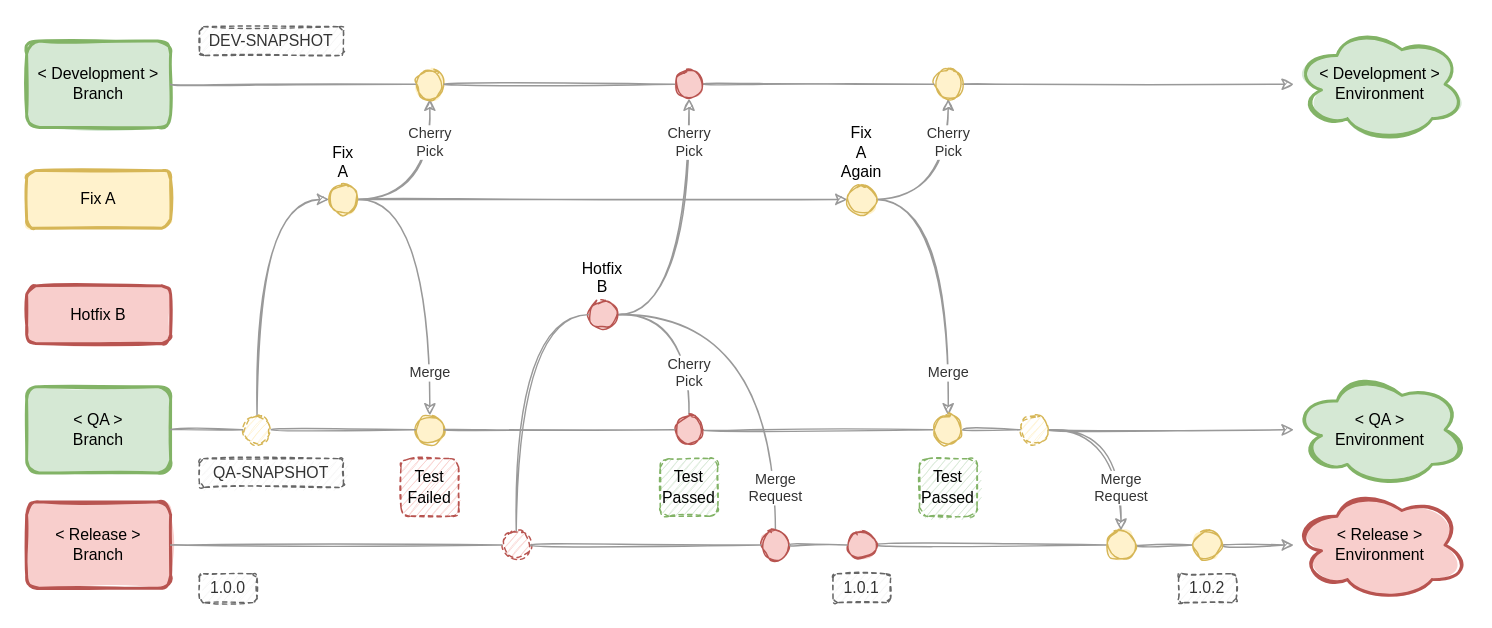
Before: page "05-hotfix-example" (5 of 5) of gitlab-flow.drawio in andylke/docs-gitlab-flow, a draw.io diagram. Source tidied: cells renumbered, new cells numbered last; positions are measured from the earlier drawing's top-left corner, leaving out a move shared by most shapes. Both pictures are drawn from the tidied source at 144%, with x=0, y=0 at pixel (26, 26).
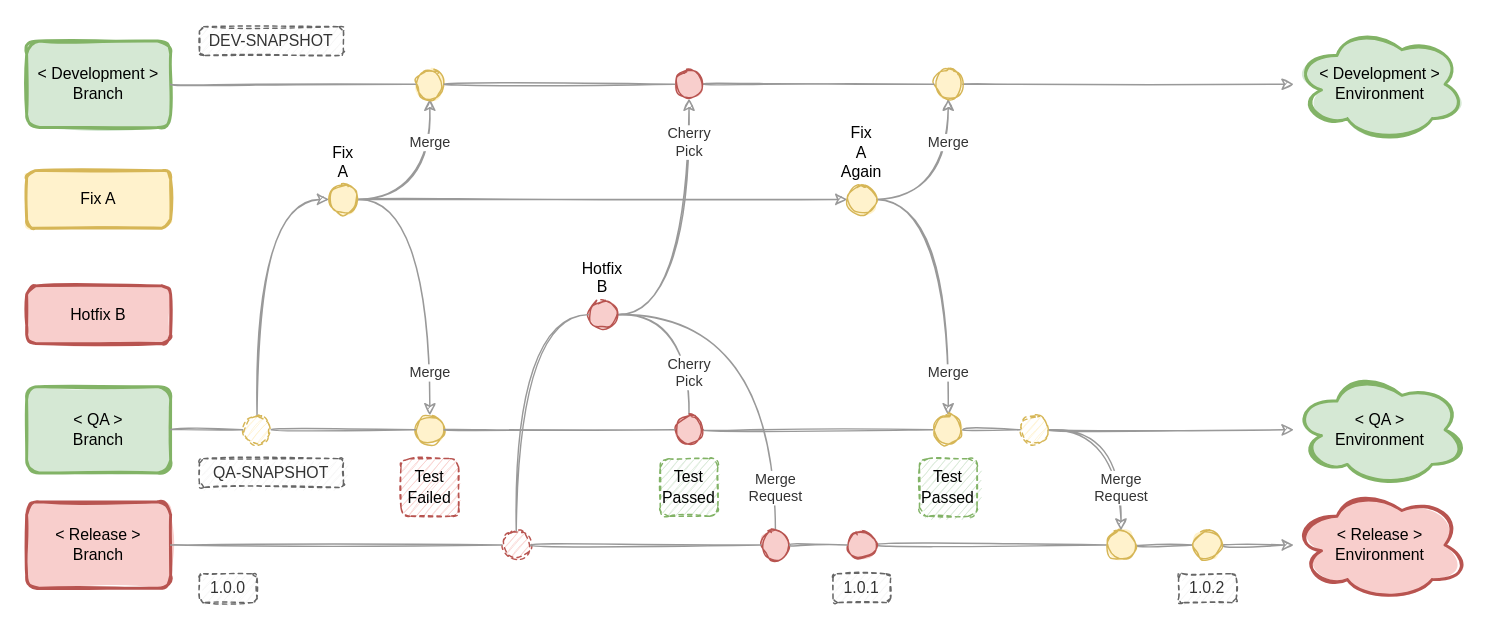
After the change.

Unchanged cells that the change refers to:
```xml
<mxCell id="17" value="Fix A" style="ellipse;whiteSpace=wrap;html=1;labelPosition=center;verticalLabelPosition=top;align=center;verticalAlign=bottom;sketch=1;fillColor=#fff2cc;strokeColor=#d6b656;fillStyle=solid;fontSize=11;" parent="1" vertex="1">
  <mxGeometry x="210" y="110" width="20" height="20" as="geometry" />
</mxCell>
<mxCell id="34" value="Fix &lt;br style=&quot;font-size: 11px;&quot;&gt;A Again" style="ellipse;whiteSpace=wrap;html=1;labelPosition=center;verticalLabelPosition=top;align=center;verticalAlign=bottom;sketch=1;fillColor=#fff2cc;strokeColor=#d6b656;fillStyle=solid;fontSize=11;" parent="1" vertex="1">
  <mxGeometry x="570" y="110" width="20" height="20" as="geometry" />
</mxCell>
<mxCell id="39" style="ellipse;whiteSpace=wrap;html=1;sketch=1;fillColor=#fff2cc;strokeColor=#d6b656;fillStyle=solid;fontSize=11;" parent="1" vertex="1">
  <mxGeometry x="270" y="30" width="20" height="20" as="geometry" />
</mxCell>
<mxCell id="41" style="ellipse;whiteSpace=wrap;html=1;labelPosition=center;verticalLabelPosition=top;align=center;verticalAlign=bottom;sketch=1;fillColor=#fff2cc;strokeColor=#d6b656;fillStyle=solid;fontSize=11;" parent="1" vertex="1">
  <mxGeometry x="630" y="30" width="20" height="20" as="geometry" />
</mxCell>
```

The edit, as a diff of the source:
```diff
@@
-    <mxCell id="16" value="Cherry&lt;br&gt;Pick" style="edgeStyle=orthogonalEdgeStyle;curved=1;sketch=1;jettySize=auto;html=1;exitX=1;exitY=0.5;exitDx=0;exitDy=0;entryX=0.5;entryY=1;entryDx=0;entryDy=0;endArrow=classic;endFill=1;strokeColor=#999999;fontSize=10;fontColor=#333333;" parent="1" edge="1" source="17" target="39">
+    <mxCell id="16" value="Merge" style="edgeStyle=orthogonalEdgeStyle;curved=1;sketch=1;jettySize=auto;html=1;exitX=1;exitY=0.5;exitDx=0;exitDy=0;entryX=0.5;entryY=1;entryDx=0;entryDy=0;endArrow=classic;endFill=1;strokeColor=#999999;fontSize=10;fontColor=#333333;" parent="1" edge="1" source="17" target="39">
       <mxGeometry x="0.5" relative="1" as="geometry" />
     </mxCell>
@@
-    <mxCell id="33" value="Cherry&lt;br&gt;Pick" style="edgeStyle=orthogonalEdgeStyle;curved=1;sketch=1;jettySize=auto;html=1;exitX=1;exitY=0.5;exitDx=0;exitDy=0;entryX=0.5;entryY=1;entryDx=0;entryDy=0;endArrow=classic;endFill=1;strokeColor=#999999;fontSize=10;fontColor=#333333;" parent="1" edge="1" source="34" target="41">
+    <mxCell id="33" value="Merge" style="edgeStyle=orthogonalEdgeStyle;curved=1;sketch=1;jettySize=auto;html=1;exitX=1;exitY=0.5;exitDx=0;exitDy=0;entryX=0.5;entryY=1;entryDx=0;entryDy=0;endArrow=classic;endFill=1;strokeColor=#999999;fontSize=10;fontColor=#333333;" parent="1" edge="1" source="34" target="41">
       <mxGeometry x="0.5" relative="1" as="geometry" />
     </mxCell>
```
